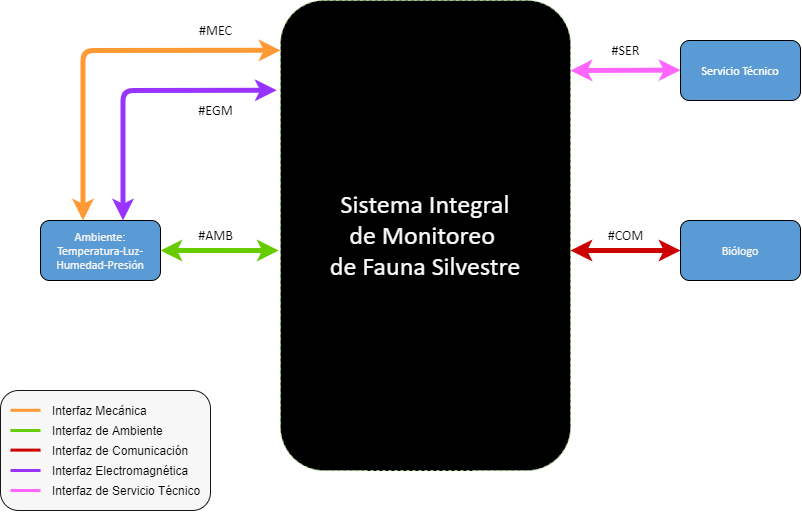
Earlier version of the draw.io export Utils/Drawio/Diagrama Funcional de Interfaces.png (tlondero/Dise-o). Source tidied: cells renumbered, new cells last; positions are measured from the earlier drawing's top-left corner, leaving out a move shared by most shapes.
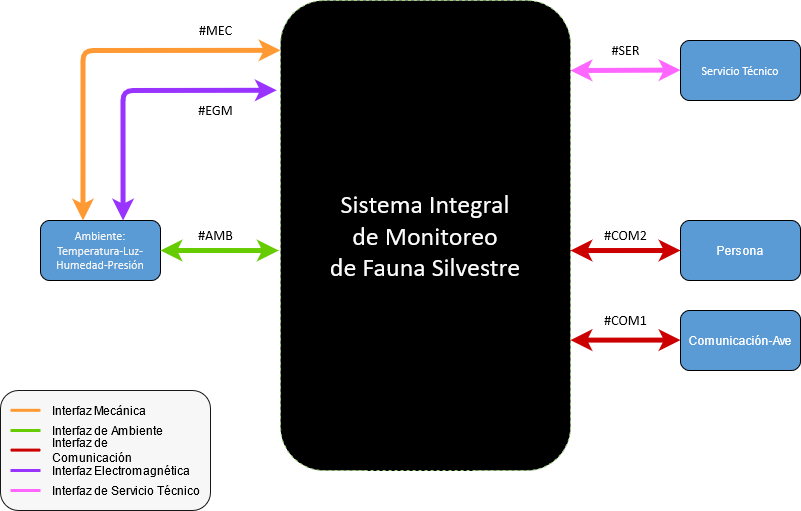
After the change.

Change to the diagram source:
```diff
@@ -20,7 +20,7 @@
     <mxCell id="7" value="&lt;font color=&quot;#FFFFFF&quot;&gt;&lt;font face=&quot;Calibri&quot;&gt;Servicio Técnico&lt;/font&gt;&lt;br&gt;&lt;/font&gt;" style="rounded=1;whiteSpace=wrap;html=1;fillColor=#5B9BD5;" parent="1" vertex="1">
       <mxGeometry x="680" y="40" width="120" height="60" as="geometry" />
     </mxCell>
-    <mxCell id="8" value="&lt;div&gt;&lt;font color=&quot;#F5F5F5&quot;&gt;&lt;font face=&quot;Calibri&quot;&gt;Biólogo&lt;/font&gt;&lt;br&gt;&lt;/font&gt;&lt;/div&gt;" style="rounded=1;whiteSpace=wrap;html=1;fillColor=#5B9BD5;" parent="1" vertex="1">
+    <mxCell id="8" value="&lt;font color=&quot;#FFFFFF&quot;&gt;Persona&lt;/font&gt;" style="rounded=1;whiteSpace=wrap;html=1;fillColor=#5B9BD5;" parent="1" vertex="1">
       <mxGeometry x="680" y="220" width="120" height="60" as="geometry" />
     </mxCell>
     <mxCell id="9" style="endArrow=classic;startArrow=classic;html=1;entryX=0.5;entryY=1;entryDx=0;entryDy=0;exitX=0.5;exitY=0;exitDx=0;exitDy=0;strokeColor=#FFD966;strokeWidth=5;" parent="1" edge="1" source="3" target="6">
@@ -124,8 +124,8 @@
     <mxCell id="30" value="&lt;font face=&quot;Calibri&quot; style=&quot;font-size: 14px&quot;&gt;#AMB&lt;/font&gt;" style="text;html=1;align=center;verticalAlign=middle;" parent="1" vertex="1">
       <mxGeometry x="190" y="225" width="50" height="20" as="geometry" />
     </mxCell>
-    <mxCell id="31" value="&lt;font face=&quot;Calibri&quot; style=&quot;font-size: 14px&quot;&gt;#COM&lt;/font&gt;" style="text;html=1;align=center;verticalAlign=middle;" parent="1" vertex="1">
-      <mxGeometry x="600" y="225" width="50" height="20" as="geometry" />
+    <mxCell id="31" value="&lt;font style=&quot;font-size: 14px&quot; face=&quot;Calibri&quot;&gt;#COM2&lt;/font&gt;" style="text;html=1;align=center;verticalAlign=middle;" parent="1" vertex="1">
+      <mxGeometry x="595" y="225" width="60" height="20" as="geometry" />
     </mxCell>
     <mxCell id="32" value="&lt;font face=&quot;Calibri&quot; style=&quot;font-size: 14px&quot;&gt;#EGM&lt;/font&gt;" style="text;html=1;align=center;verticalAlign=middle;" parent="1" vertex="1">
       <mxGeometry x="190" y="100" width="50" height="20" as="geometry" />
@@ -136,5 +136,17 @@
     <mxCell id="34" value="&lt;font face=&quot;Calibri&quot; style=&quot;font-size: 14px&quot;&gt;#SER&lt;/font&gt;" style="text;html=1;align=center;verticalAlign=middle;" parent="1" vertex="1">
       <mxGeometry x="605" y="40" width="40" height="20" as="geometry" />
     </mxCell>
+    <mxCell id="35" value="&lt;font color=&quot;#FFFFFF&quot;&gt;Comunicación-Ave&lt;br&gt;&lt;/font&gt;" style="rounded=1;whiteSpace=wrap;html=1;fillColor=#5B9BD5;" parent="1" vertex="1">
+      <mxGeometry x="680" y="310" width="120" height="60" as="geometry" />
+    </mxCell>
+    <mxCell id="36" style="endArrow=classic;startArrow=classic;html=1;strokeWidth=5;entryX=0;entryY=0.5;entryDx=0;entryDy=0;fillColor=#e51400;strokeColor=#CC0000;exitX=1;exitY=0.532;exitDx=0;exitDy=0;exitPerimeter=0;" parent="1" edge="1">
+      <mxGeometry relative="1" as="geometry">
+        <mxPoint x="570" y="339.6" as="sourcePoint" />
+        <mxPoint x="680" y="339.6" as="targetPoint" />
+      </mxGeometry>
+    </mxCell>
+    <mxCell id="37" value="&lt;font style=&quot;font-size: 14px&quot; face=&quot;Calibri&quot;&gt;#COM1&lt;/font&gt;" style="text;html=1;align=center;verticalAlign=middle;" parent="1" vertex="1">
+      <mxGeometry x="595" y="310" width="60" height="20" as="geometry" />
+    </mxCell>
   </root>
 </mxGraphModel>
```
